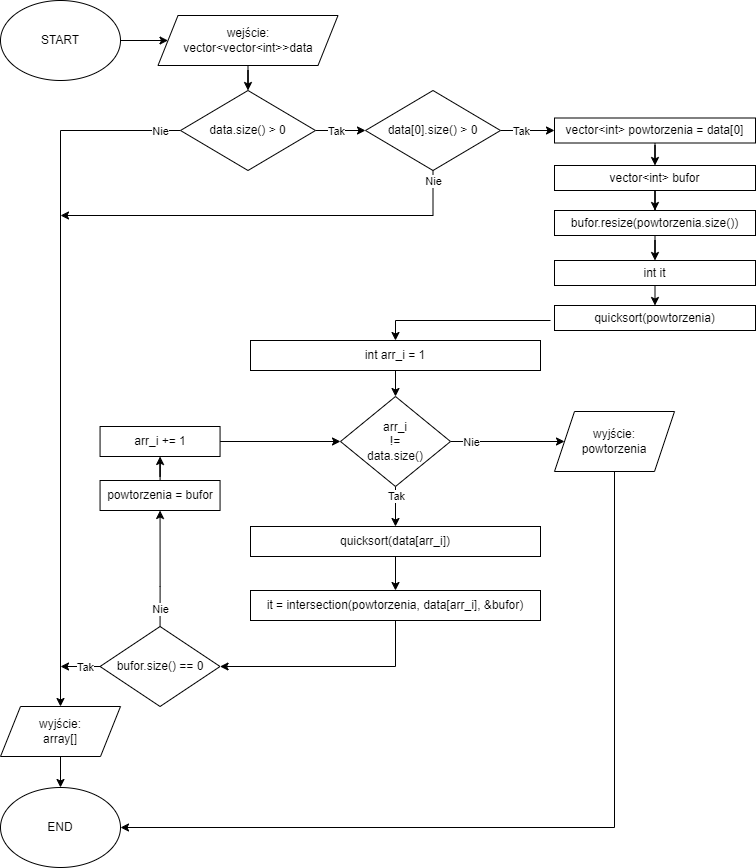
Before: flowcharts/schemat 2.png, a diagram exported from draw.io (ReijiY/AiSD-Pro1). Source tidied: cells renumbered, new cells last; positions are measured from the earlier drawing's top-left corner, leaving out a move shared by most shapes.
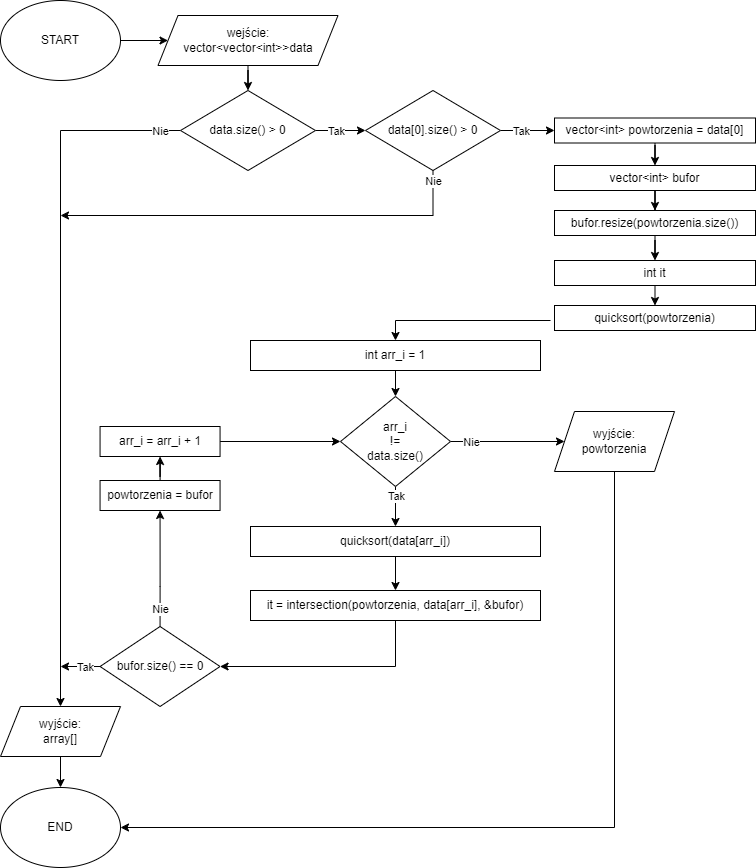
After the commit.

What changed in the source:
```diff
@@ -67,7 +67,7 @@
     <mxCell id="20" style="edgeStyle=orthogonalEdgeStyle;rounded=0;jettySize=auto;html=1;entryX=0;entryY=0.5;entryDx=0;entryDy=0;" parent="1" edge="1" source="21" target="19">
       <mxGeometry relative="1" as="geometry" />
     </mxCell>
-    <mxCell id="21" value="arr_i += 1" style="rounded=0;whiteSpace=wrap;html=1;" parent="1" vertex="1">
+    <mxCell id="21" value="arr_i = arr_i + 1" style="rounded=0;whiteSpace=wrap;html=1;" parent="1" vertex="1">
       <mxGeometry x="99.6" y="426" width="120" height="30" as="geometry" />
     </mxCell>
     <mxCell id="22" style="edgeStyle=orthogonalEdgeStyle;rounded=0;jettySize=auto;html=1;exitX=0.5;exitY=1;exitDx=0;exitDy=0;entryX=0.5;entryY=0;entryDx=0;entryDy=0;" parent="1" edge="1" source="23" target="49">
```
